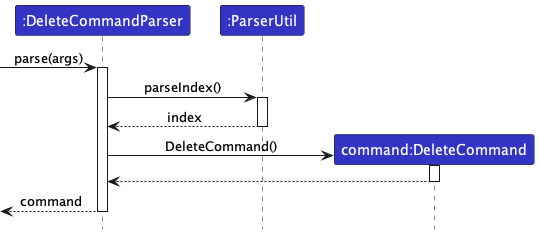
nus-cs2103-AY2324S1/tp keeps this PlantUML diagram as docs/images/developer-guide/DeleteCommandParserSequenceDiagram.png. Above is the earlier version. The source it was exported from:
```plantuml
@startuml
!include ../style.puml
skinparam ArrowFontStyle plain

Participant ":DeleteCommandParser" as dcp LOGIC_COLOR
Participant ":ParserUtil" as pu LOGIC_COLOR
Participant "command:DeleteCommand" as dc LOGIC_COLOR

[-> dcp ++: parse(args)
dcp -> pu ++: parseIndex()
pu --> dcp --: index
create dc
dcp -> dc ++: DeleteCommand()
dc --> dcp --
dcp -->[ --: command
@enduml
```
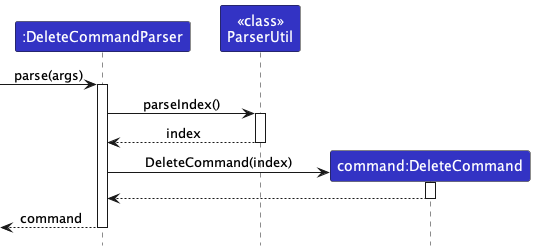
Above is the later version.

Change to the diagram source:
```diff
@@ -3,14 +3,14 @@
 skinparam ArrowFontStyle plain
 
 Participant ":DeleteCommandParser" as dcp LOGIC_COLOR
-Participant ":ParserUtil" as pu LOGIC_COLOR
+Participant "<<class>>\nParserUtil" as pu LOGIC_COLOR
 Participant "command:DeleteCommand" as dc LOGIC_COLOR
 
 [-> dcp ++: parse(args)
 dcp -> pu ++: parseIndex()
 pu --> dcp --: index
 create dc
-dcp -> dc ++: DeleteCommand()
+dcp -> dc ++: DeleteCommand(index)
 dc --> dcp --
 dcp -->[ --: command
 @enduml
```
